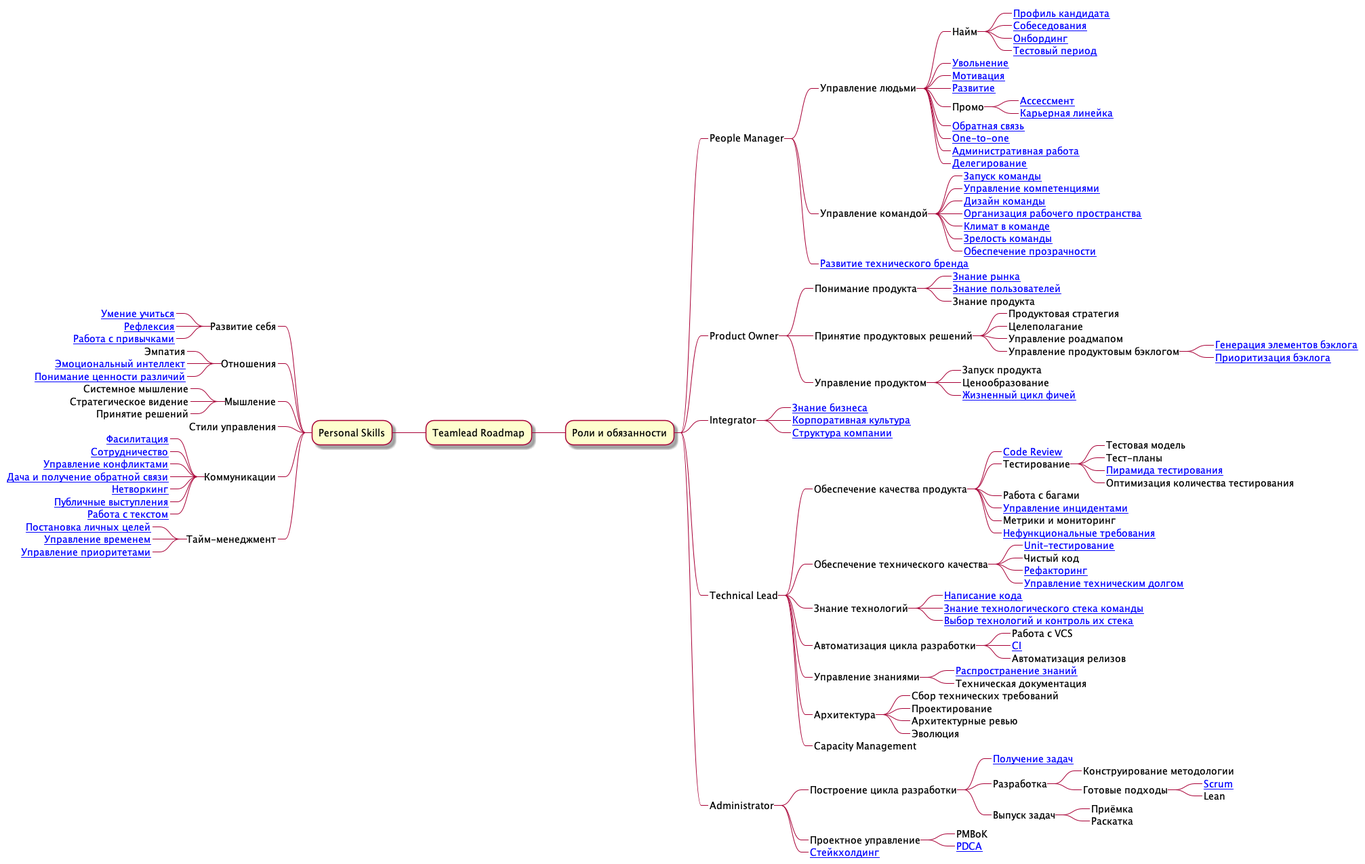
The PlantUML diagram roadmap.png in tlbootcamp/tlroadmap, before a commit.
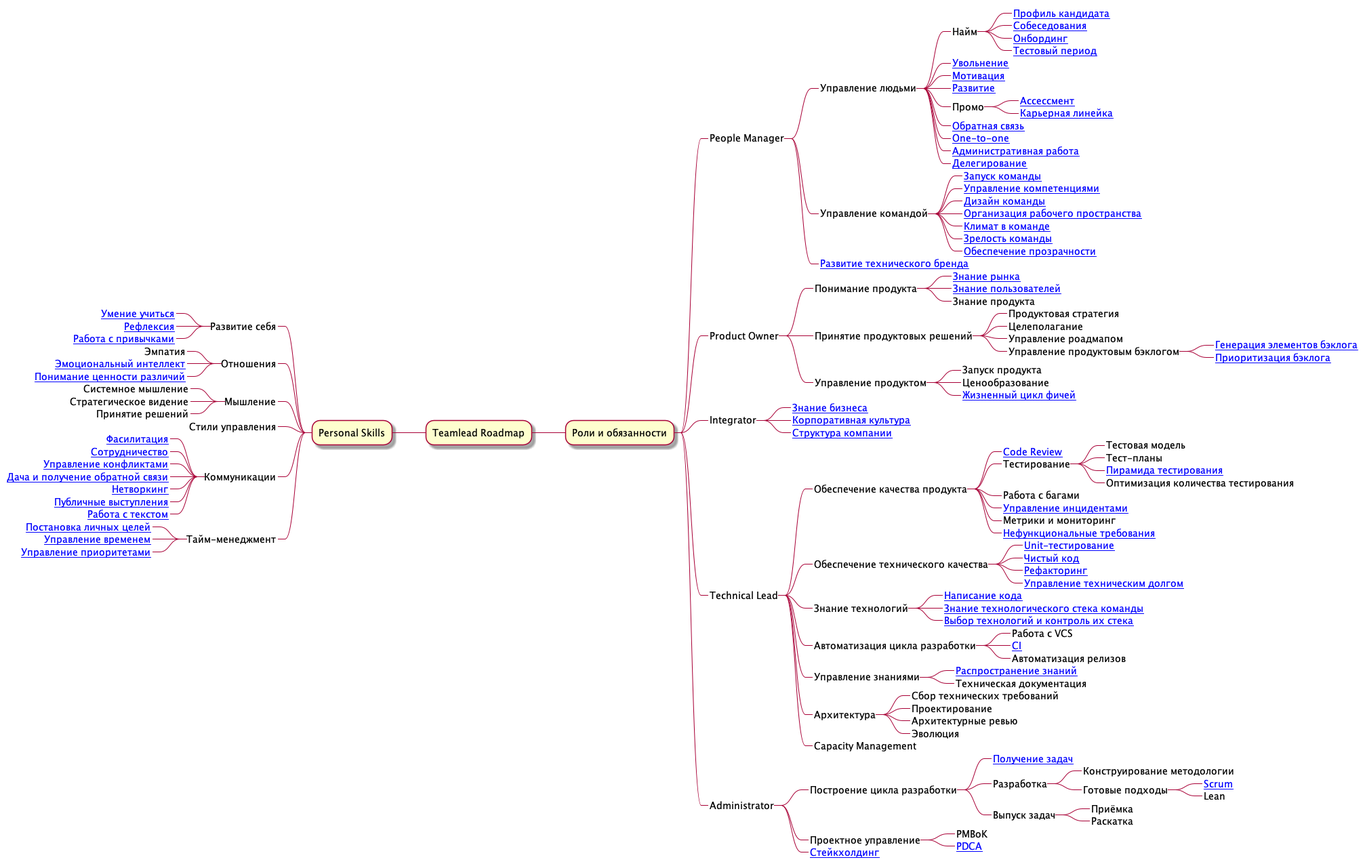
The same diagram one commit later.

Change to the diagram source:
```diff
@@ -61,7 +61,7 @@
 *****_ [[https://github.com/tlbootcamp/tlroadmap/blob/master/skills/technical-lead/nfr.md Нефункциональные требования]]
 ****_ Обеспечение технического качества
 *****_ [[https://github.com/tlbootcamp/tlroadmap/blob/master/skills/technical-lead/unit-testing.md Unit-тестирование]]
-*****_ Чистый код
+*****_ [[https://github.com/tlbootcamp/tlroadmap/blob/master/skills/technical-lead/refactoring.md Чистый код]]
 *****_ [[https://github.com/tlbootcamp/tlroadmap/blob/master/skills/technical-lead/refactoring.md Рефакторинг]]
 *****_ [[https://github.com/tlbootcamp/tlroadmap/blob/master/skills/technical-lead/technical-debt.md Управление техническим долгом]]
 ****_ Знание технологий
```
